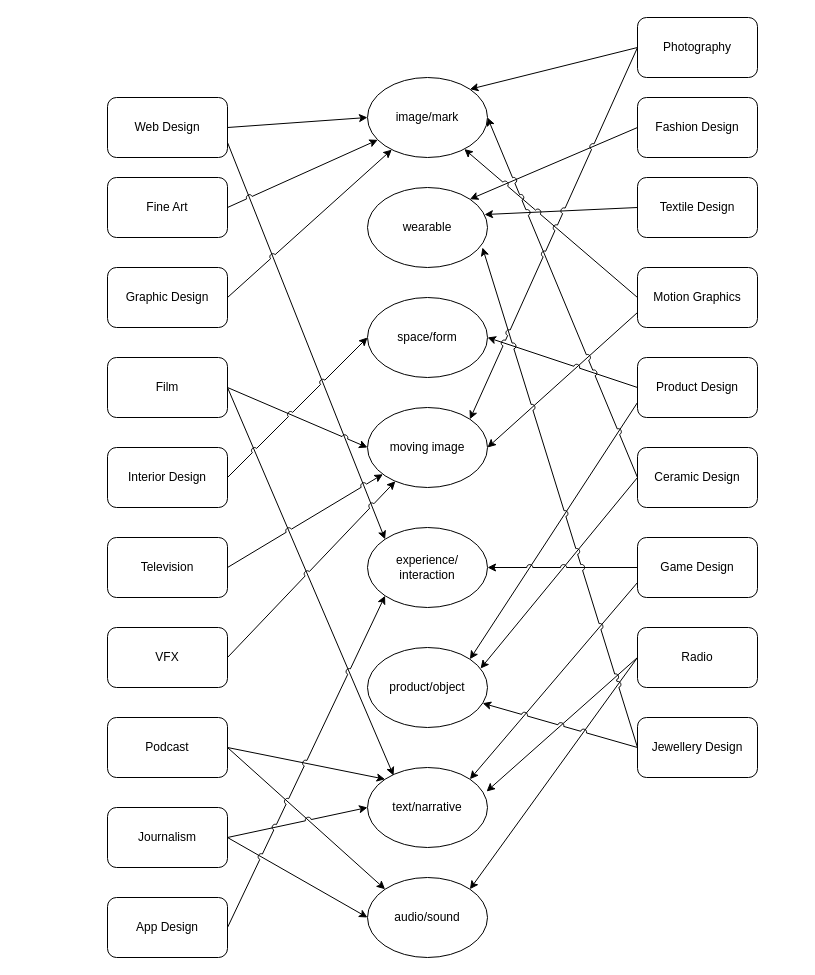
This is Untitled Diagram.drawio from gmakstutis/diagrammes, a draw.io file, before an edit. Source tidied: cells renumbered, new cells numbered last; positions are measured from the earlier drawing's top-left corner, leaving out a move shared by most shapes. Both pictures are drawn from the tidied source at 100%, with x=0, y=0 at pixel (107, 17).
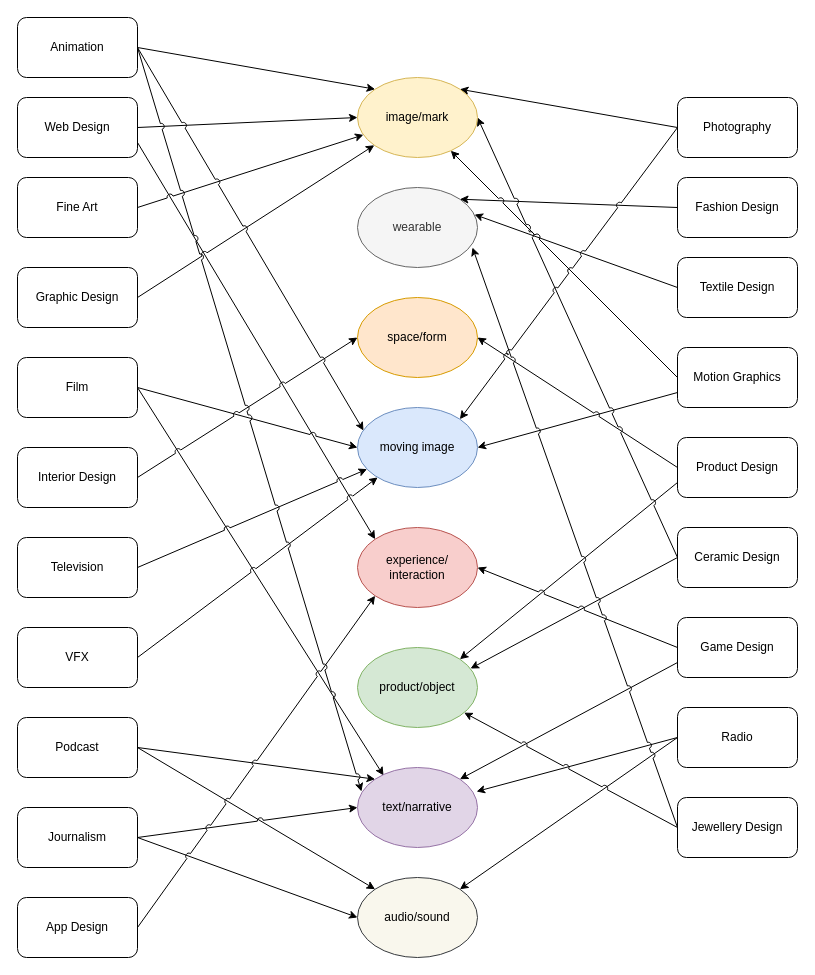
The same page after the edit.

Change to the diagram source:
```diff
@@
     <mxCell id="4" value="Web Design" style="rounded=1;whiteSpace=wrap;html=1;" parent="1" vertex="1">
-      <mxGeometry y="80" width="120" height="60" as="geometry" />
+      <mxGeometry x="-90" y="80" width="120" height="60" as="geometry" />
     </mxCell>
@@
     <mxCell id="6" value="Fine Art" style="rounded=1;whiteSpace=wrap;html=1;" parent="1" vertex="1">
-      <mxGeometry y="160" width="120" height="60" as="geometry" />
+      <mxGeometry x="-90" y="160" width="120" height="60" as="geometry" />
     </mxCell>
@@
     <mxCell id="8" value="Graphic Design" style="rounded=1;whiteSpace=wrap;html=1;" parent="1" vertex="1">
-      <mxGeometry y="250" width="120" height="60" as="geometry" />
+      <mxGeometry x="-90" y="250" width="120" height="60" as="geometry" />
     </mxCell>
@@
     <mxCell id="11" value="Film" style="rounded=1;whiteSpace=wrap;html=1;" parent="1" vertex="1">
-      <mxGeometry y="340" width="120" height="60" as="geometry" />
+      <mxGeometry x="-90" y="340" width="120" height="60" as="geometry" />
     </mxCell>
@@
     <mxCell id="13" value="Interior Design" style="rounded=1;whiteSpace=wrap;html=1;" parent="1" vertex="1">
-      <mxGeometry y="430" width="120" height="60" as="geometry" />
+      <mxGeometry x="-90" y="430" width="120" height="60" as="geometry" />
     </mxCell>
@@
     <mxCell id="15" value="Television" style="rounded=1;whiteSpace=wrap;html=1;" parent="1" vertex="1">
-      <mxGeometry y="520" width="120" height="60" as="geometry" />
+      <mxGeometry x="-90" y="520" width="120" height="60" as="geometry" />
     </mxCell>
@@
     <mxCell id="17" value="VFX" style="rounded=1;whiteSpace=wrap;html=1;" parent="1" vertex="1">
-      <mxGeometry y="610" width="120" height="60" as="geometry" />
+      <mxGeometry x="-90" y="610" width="120" height="60" as="geometry" />
     </mxCell>
@@
     <mxCell id="20" value="Podcast" style="rounded=1;whiteSpace=wrap;html=1;" parent="1" vertex="1">
-      <mxGeometry y="700" width="120" height="60" as="geometry" />
+      <mxGeometry x="-90" y="700" width="120" height="60" as="geometry" />
     </mxCell>
@@
     <mxCell id="23" value="Journalism" style="rounded=1;whiteSpace=wrap;html=1;" parent="1" vertex="1">
-      <mxGeometry y="790" width="120" height="60" as="geometry" />
+      <mxGeometry x="-90" y="790" width="120" height="60" as="geometry" />
     </mxCell>
@@
     <mxCell id="25" value="App Design" style="rounded=1;whiteSpace=wrap;html=1;" parent="1" vertex="1">
-      <mxGeometry y="880" width="120" height="60" as="geometry" />
+      <mxGeometry x="-90" y="880" width="120" height="60" as="geometry" />
     </mxCell>
@@
     <mxCell id="27" value="Fashion Design" style="rounded=1;whiteSpace=wrap;html=1;fontSize=12;strokeWidth=1;" parent="1" vertex="1">
-      <mxGeometry x="530" y="80" width="120" height="60" as="geometry" />
+      <mxGeometry x="570" y="160" width="120" height="60" as="geometry" />
     </mxCell>
@@
     <mxCell id="29" value="Textile Design" style="rounded=1;whiteSpace=wrap;html=1;fontSize=12;strokeWidth=1;" parent="1" vertex="1">
-      <mxGeometry x="530" y="160" width="120" height="60" as="geometry" />
+      <mxGeometry x="570" y="240" width="120" height="60" as="geometry" />
     </mxCell>
@@
     <mxCell id="32" value="Motion Graphics" style="rounded=1;whiteSpace=wrap;html=1;fontSize=12;strokeWidth=1;" parent="1" vertex="1">
-      <mxGeometry x="530" y="250" width="120" height="60" as="geometry" />
+      <mxGeometry x="570" y="330" width="120" height="60" as="geometry" />
     </mxCell>
@@
     <mxCell id="35" value="Product Design" style="rounded=1;whiteSpace=wrap;html=1;fontSize=12;strokeWidth=1;" parent="1" vertex="1">
-      <mxGeometry x="530" y="340" width="120" height="60" as="geometry" />
+      <mxGeometry x="570" y="420" width="120" height="60" as="geometry" />
     </mxCell>
@@
     <mxCell id="38" value="Ceramic Design" style="rounded=1;whiteSpace=wrap;html=1;fontSize=12;strokeWidth=1;" parent="1" vertex="1">
-      <mxGeometry x="530" y="430" width="120" height="60" as="geometry" />
+      <mxGeometry x="570" y="510" width="120" height="60" as="geometry" />
     </mxCell>
@@
     <mxCell id="41" value="Game Design" style="rounded=1;whiteSpace=wrap;html=1;fontSize=12;strokeWidth=1;" parent="1" vertex="1">
-      <mxGeometry x="530" y="520" width="120" height="60" as="geometry" />
+      <mxGeometry x="570" y="600" width="120" height="60" as="geometry" />
     </mxCell>
@@
     <mxCell id="44" value="Radio" style="rounded=1;whiteSpace=wrap;html=1;fontSize=12;strokeWidth=1;" parent="1" vertex="1">
-      <mxGeometry x="530" y="610" width="120" height="60" as="geometry" />
+      <mxGeometry x="570" y="690" width="120" height="60" as="geometry" />
     </mxCell>
@@
     <mxCell id="47" value="Jewellery Design" style="rounded=1;whiteSpace=wrap;html=1;fontSize=12;strokeWidth=1;" parent="1" vertex="1">
-      <mxGeometry x="530" y="700" width="120" height="60" as="geometry" />
+      <mxGeometry x="570" y="780" width="120" height="60" as="geometry" />
     </mxCell>
@@
     <mxCell id="50" value="Photography" style="rounded=1;whiteSpace=wrap;html=1;fontSize=12;strokeWidth=1;" parent="1" vertex="1">
-      <mxGeometry x="530" width="120" height="60" as="geometry" />
+      <mxGeometry x="570" y="80" width="120" height="60" as="geometry" />
     </mxCell>
-    <mxCell id="51" value="image/mark" style="ellipse;whiteSpace=wrap;html=1;rounded=1;fontSize=12;strokeWidth=1;" parent="1" vertex="1">
-      <mxGeometry x="260" y="60" width="120" height="80" as="geometry" />
+    <mxCell id="51" value="image/mark" style="ellipse;whiteSpace=wrap;html=1;rounded=1;fontSize=12;strokeWidth=1;fillColor=#fff2cc;strokeColor=#d6b656;" parent="1" vertex="1">
+      <mxGeometry x="250" y="60" width="120" height="80" as="geometry" />
     </mxCell>
-    <mxCell id="52" value="wearable" style="ellipse;whiteSpace=wrap;html=1;rounded=1;fontSize=12;strokeWidth=1;" parent="1" vertex="1">
-      <mxGeometry x="260" y="170" width="120" height="80" as="geometry" />
+    <mxCell id="52" value="wearable" style="ellipse;whiteSpace=wrap;html=1;rounded=1;fontSize=12;strokeWidth=1;fillColor=#f5f5f5;fontColor=#333333;strokeColor=#666666;" parent="1" vertex="1">
+      <mxGeometry x="250" y="170" width="120" height="80" as="geometry" />
     </mxCell>
-    <mxCell id="53" value="space/form" style="ellipse;whiteSpace=wrap;html=1;rounded=1;fontSize=12;strokeWidth=1;" parent="1" vertex="1">
-      <mxGeometry x="260" y="280" width="120" height="80" as="geometry" />
+    <mxCell id="53" value="space/form" style="ellipse;whiteSpace=wrap;html=1;rounded=1;fontSize=12;strokeWidth=1;fillColor=#ffe6cc;strokeColor=#d79b00;" parent="1" vertex="1">
+      <mxGeometry x="250" y="280" width="120" height="80" as="geometry" />
     </mxCell>
-    <mxCell id="54" value="moving image" style="ellipse;whiteSpace=wrap;html=1;rounded=1;fontSize=12;strokeWidth=1;" parent="1" vertex="1">
-      <mxGeometry x="260" y="390" width="120" height="80" as="geometry" />
+    <mxCell id="54" value="moving image" style="ellipse;whiteSpace=wrap;html=1;rounded=1;fontSize=12;strokeWidth=1;fillColor=#dae8fc;strokeColor=#6c8ebf;" parent="1" vertex="1">
+      <mxGeometry x="250" y="390" width="120" height="80" as="geometry" />
     </mxCell>
-    <mxCell id="55" value="experience/&lt;br&gt;interaction" style="ellipse;whiteSpace=wrap;html=1;rounded=1;fontSize=12;strokeWidth=1;" parent="1" vertex="1">
-      <mxGeometry x="260" y="510" width="120" height="80" as="geometry" />
+    <mxCell id="55" value="experience/&lt;br&gt;interaction" style="ellipse;whiteSpace=wrap;html=1;rounded=1;fontSize=12;strokeWidth=1;fillColor=#f8cecc;strokeColor=#b85450;" parent="1" vertex="1">
+      <mxGeometry x="250" y="510" width="120" height="80" as="geometry" />
     </mxCell>
-    <mxCell id="56" value="product/object" style="ellipse;whiteSpace=wrap;html=1;rounded=1;fontSize=12;strokeWidth=1;" parent="1" vertex="1">
-      <mxGeometry x="260" y="630" width="120" height="80" as="geometry" />
+    <mxCell id="56" value="product/object" style="ellipse;whiteSpace=wrap;html=1;rounded=1;fontSize=12;strokeWidth=1;fillColor=#d5e8d4;strokeColor=#82b366;" parent="1" vertex="1">
+      <mxGeometry x="250" y="630" width="120" height="80" as="geometry" />
     </mxCell>
-    <mxCell id="57" value="text/narrative" style="ellipse;whiteSpace=wrap;html=1;rounded=1;fontSize=12;strokeWidth=1;" parent="1" vertex="1">
-      <mxGeometry x="260" y="750" width="120" height="80" as="geometry" />
+    <mxCell id="57" value="text/narrative" style="ellipse;whiteSpace=wrap;html=1;rounded=1;fontSize=12;strokeWidth=1;fillColor=#e1d5e7;strokeColor=#9673a6;" parent="1" vertex="1">
+      <mxGeometry x="250" y="750" width="120" height="80" as="geometry" />
     </mxCell>
-    <mxCell id="58" value="audio/sound" style="ellipse;whiteSpace=wrap;html=1;rounded=1;fontSize=12;strokeWidth=1;" parent="1" vertex="1">
-      <mxGeometry x="260" y="860" width="120" height="80" as="geometry" />
+    <mxCell id="58" value="audio/sound" style="ellipse;whiteSpace=wrap;html=1;rounded=1;fontSize=12;strokeWidth=1;fillColor=#f9f7ed;strokeColor=#36393d;" parent="1" vertex="1">
+      <mxGeometry x="250" y="860" width="120" height="80" as="geometry" />
     </mxCell>
+    <mxCell id="59" style="edgeStyle=none;rounded=0;jumpStyle=arc;jettySize=auto;html=1;exitX=1;exitY=0.5;exitDx=0;exitDy=0;entryX=0;entryY=0;entryDx=0;entryDy=0;fontSize=12;" parent="1" edge="1" source="62" target="51">
+      <mxGeometry relative="1" as="geometry" />
+    </mxCell>
+    <mxCell id="60" style="rounded=0;jumpStyle=arc;jettySize=auto;html=1;exitX=1;exitY=0.5;exitDx=0;exitDy=0;entryX=0.05;entryY=0.288;entryDx=0;entryDy=0;entryPerimeter=0;fontSize=12;" parent="1" edge="1" source="62" target="54">
+      <mxGeometry relative="1" as="geometry" />
+    </mxCell>
+    <mxCell id="61" style="edgeStyle=none;rounded=0;jumpStyle=arc;jettySize=auto;html=1;exitX=1;exitY=0.5;exitDx=0;exitDy=0;entryX=0.033;entryY=0.3;entryDx=0;entryDy=0;entryPerimeter=0;fontSize=12;" parent="1" edge="1" source="62" target="57">
+      <mxGeometry relative="1" as="geometry" />
+    </mxCell>
+    <mxCell id="62" value="Animation" style="rounded=1;whiteSpace=wrap;html=1;fontSize=12;strokeWidth=1;" parent="1" vertex="1">
+      <mxGeometry x="-90" width="120" height="60" as="geometry" />
+    </mxCell>
```
